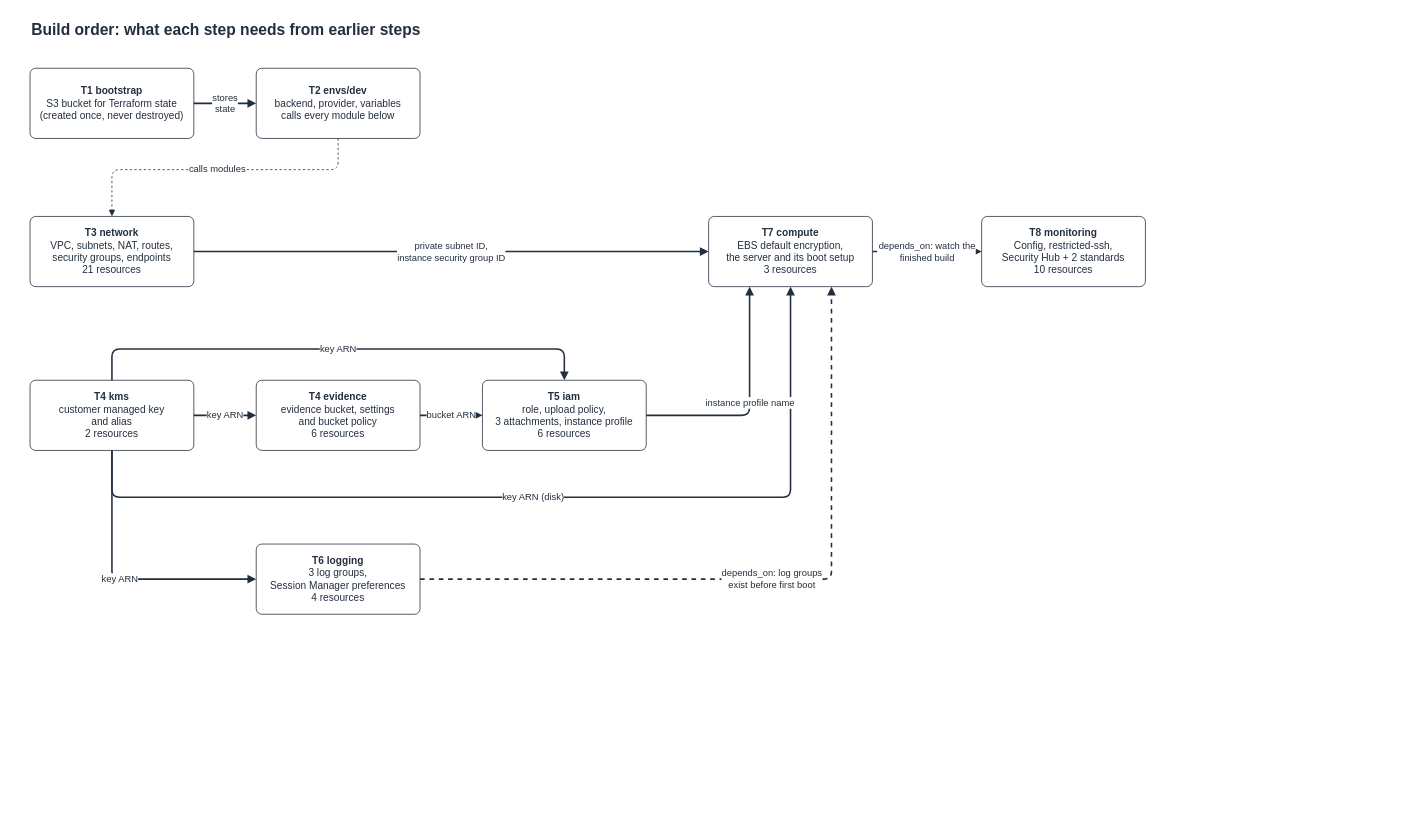
Earlier version of the draw.io diagram page "2 Build order" (2 of 3) of docs/architecture.drawio (Obiku/cis-hardened-server). Source tidied: cells renumbered, new cells numbered last; positions are measured from the earlier drawing's top-left corner, leaving out a move shared by most shapes. Both pictures are drawn from the tidied source at 78%, with x=0, y=0 at pixel (30, 13).
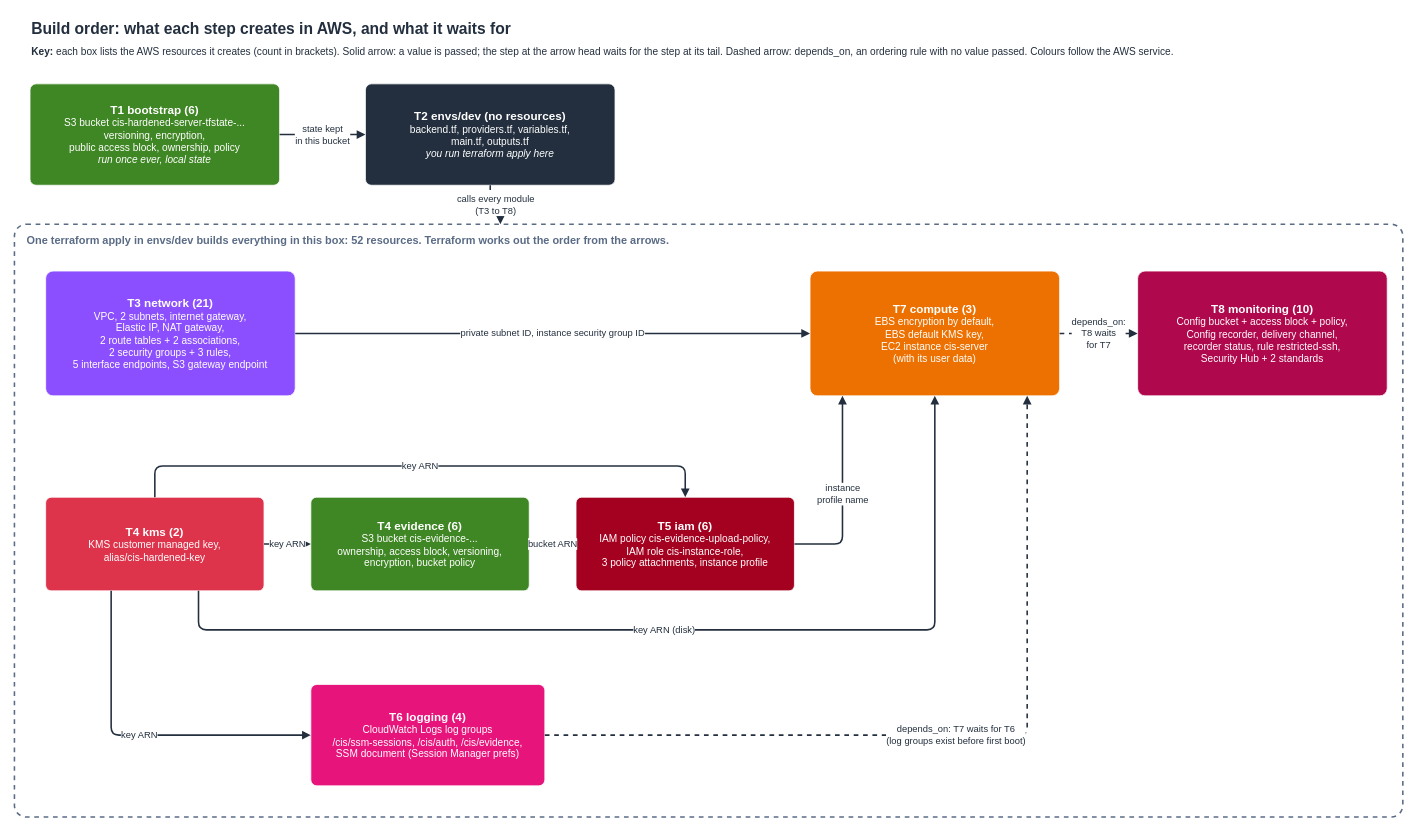
The same diagram, later.

Commit message (it also covers changes not shown here):
Redraw diagrams: security groups, build order with AWS resources, first boot zones

What changed in the source:
```diff
@@
-<mxGraphModel>
+<mxGraphModel background="#FFFFFF">
@@
-    <mxCell id="2" value="Build order: what each step needs from earlier steps" style="text;html=1;align=left;verticalAlign=middle;fontSize=20;fontStyle=1;fontColor=#232F3E;" parent="1" vertex="1">
-      <mxGeometry width="900" height="40" as="geometry" />
+    <mxCell id="2" value="Build order: what each step creates in AWS, and what it waits for" style="text;html=1;align=left;verticalAlign=middle;fontSize=20;fontStyle=1;fontColor=#232F3E;" parent="1" vertex="1">
+      <mxGeometry width="1200" height="36" as="geometry" />
     </mxCell>
-    <mxCell id="3" value="&lt;b&gt;T1 bootstrap&lt;/b&gt;&lt;br&gt;S3 bucket for Terraform state&lt;br&gt;(created once, never destroyed)" style="rounded=1;whiteSpace=wrap;html=1;fontSize=13;align=center;verticalAlign=middle;strokeColor=#232F3E;fillColor=#FFFFFF;fontColor=#232F3E;arcSize=8;" parent="1" vertex="1">
-      <mxGeometry y="70" width="210" height="90" as="geometry" />
+    <mxCell id="3" value="&lt;b&gt;Key:&lt;/b&gt; each box lists the AWS resources it creates (count in brackets). Solid arrow: a value is passed; the step at the arrow head waits for the step at its tail. Dashed arrow: depends_on, an ordering rule with no value passed. Colours follow the AWS service." style="text;html=1;whiteSpace=wrap;align=left;verticalAlign=top;fontSize=13;fontColor=#232F3E;" parent="1" vertex="1">
+      <mxGeometry y="34" width="1700" height="40" as="geometry" />
     </mxCell>
-    <mxCell id="4" value="&lt;b&gt;T2 envs/dev&lt;/b&gt;&lt;br&gt;backend, provider, variables&lt;br&gt;calls every module below" style="rounded=1;whiteSpace=wrap;html=1;fontSize=13;align=center;verticalAlign=middle;strokeColor=#232F3E;fillColor=#FFFFFF;fontColor=#232F3E;arcSize=8;" parent="1" vertex="1">
-      <mxGeometry x="290" y="70" width="210" height="90" as="geometry" />
+    <mxCell id="4" value="&lt;b style=&quot;font-size:15px;&quot;&gt;T1 bootstrap (6)&lt;/b&gt;&lt;br&gt;S3 bucket cis-hardened-server-tfstate-...&lt;br&gt;versioning, encryption,&lt;br&gt;public access block, ownership, policy&lt;br&gt;&lt;i&gt;run once ever, local state&lt;/i&gt;" style="rounded=1;arcSize=6;whiteSpace=wrap;html=1;align=center;verticalAlign=middle;fontSize=13;fontColor=#FFFFFF;strokeColor=#FFFFFF;strokeWidth=1;fillColor=#3F8624;" parent="1" vertex="1">
+      <mxGeometry y="90" width="320" height="130" as="geometry" />
     </mxCell>
-    <mxCell id="5" value="&lt;b&gt;T3 network&lt;/b&gt;&lt;br&gt;VPC, subnets, NAT, routes,&lt;br&gt;security groups, endpoints&lt;br&gt;21 resources" style="rounded=1;whiteSpace=wrap;html=1;fontSize=13;align=center;verticalAlign=middle;strokeColor=#232F3E;fillColor=#FFFFFF;fontColor=#232F3E;arcSize=8;" parent="1" vertex="1">
-      <mxGeometry y="260" width="210" height="90" as="geometry" />
+    <mxCell id="5" value="&lt;b style=&quot;font-size:15px;&quot;&gt;T2 envs/dev (no resources)&lt;/b&gt;&lt;br&gt;backend.tf, providers.tf, variables.tf,&lt;br&gt;main.tf, outputs.tf&lt;br&gt;&lt;i&gt;you run terraform apply here&lt;/i&gt;" style="rounded=1;arcSize=6;whiteSpace=wrap;html=1;align=center;verticalAlign=middle;fontSize=13;fontColor=#FFFFFF;strokeColor=#FFFFFF;strokeWidth=1;fillColor=#232F3E;" parent="1" vertex="1">
+      <mxGeometry x="430" y="90" width="320" height="130" as="geometry" />
     </mxCell>
-    <mxCell id="6" value="&lt;b&gt;T4 kms&lt;/b&gt;&lt;br&gt;customer managed key&lt;br&gt;and alias&lt;br&gt;2 resources" style="rounded=1;whiteSpace=wrap;html=1;fontSize=13;align=center;verticalAlign=middle;strokeColor=#232F3E;fillColor=#FFFFFF;fontColor=#232F3E;arcSize=8;" parent="1" vertex="1">
-      <mxGeometry y="470" width="210" height="90" as="geometry" />
+    <mxCell id="6" value="One terraform apply in envs/dev builds everything in this box: 52 resources. Terraform works out the order from the arrows." style="rounded=1;arcSize=2;whiteSpace=wrap;html=1;align=left;verticalAlign=top;spacingLeft=14;spacingTop=6;fontSize=14;fontStyle=1;dashed=1;strokeWidth=2;fillColor=none;strokeColor=#5A6B86;fontColor=#5A6B86;" parent="1" vertex="1">
+      <mxGeometry x="-20" y="270" width="1780" height="760" as="geometry" />
     </mxCell>
-    <mxCell id="7" value="&lt;b&gt;T4 evidence&lt;/b&gt;&lt;br&gt;evidence bucket, settings&lt;br&gt;and bucket policy&lt;br&gt;6 resources" style="rounded=1;whiteSpace=wrap;html=1;fontSize=13;align=center;verticalAlign=middle;strokeColor=#232F3E;fillColor=#FFFFFF;fontColor=#232F3E;arcSize=8;" parent="1" vertex="1">
-      <mxGeometry x="290" y="470" width="210" height="90" as="geometry" />
+    <mxCell id="7" value="&lt;b style=&quot;font-size:15px;&quot;&gt;T3 network (21)&lt;/b&gt;&lt;br&gt;VPC, 2 subnets, internet gateway,&lt;br&gt;Elastic IP, NAT gateway,&lt;br&gt;2 route tables + 2 associations,&lt;br&gt;2 security groups + 3 rules,&lt;br&gt;5 interface endpoints, S3 gateway endpoint" style="rounded=1;arcSize=6;whiteSpace=wrap;html=1;align=center;verticalAlign=middle;fontSize=13;fontColor=#FFFFFF;strokeColor=#FFFFFF;strokeWidth=1;fillColor=#8C4FFF;" parent="1" vertex="1">
+      <mxGeometry x="20" y="330" width="320" height="160" as="geometry" />
     </mxCell>
-    <mxCell id="8" value="&lt;b&gt;T5 iam&lt;/b&gt;&lt;br&gt;role, upload policy,&lt;br&gt;3 attachments, instance profile&lt;br&gt;6 resources" style="rounded=1;whiteSpace=wrap;html=1;fontSize=13;align=center;verticalAlign=middle;strokeColor=#232F3E;fillColor=#FFFFFF;fontColor=#232F3E;arcSize=8;" parent="1" vertex="1">
-      <mxGeometry x="580" y="470" width="210" height="90" as="geometry" />
+    <mxCell id="8" value="&lt;b style=&quot;font-size:15px;&quot;&gt;T7 compute (3)&lt;/b&gt;&lt;br&gt;EBS encryption by default,&lt;br&gt;EBS default KMS key,&lt;br&gt;EC2 instance cis-server&lt;br&gt;(with its user data)" style="rounded=1;arcSize=6;whiteSpace=wrap;html=1;align=center;verticalAlign=middle;fontSize=13;fontColor=#FFFFFF;strokeColor=#FFFFFF;strokeWidth=1;fillColor=#ED7100;" parent="1" vertex="1">
+      <mxGeometry x="1000" y="330" width="320" height="160" as="geometry" />
     </mxCell>
-    <mxCell id="9" value="&lt;b&gt;T6 logging&lt;/b&gt;&lt;br&gt;3 log groups,&lt;br&gt;Session Manager preferences&lt;br&gt;4 resources" style="rounded=1;whiteSpace=wrap;html=1;fontSize=13;align=center;verticalAlign=middle;strokeColor=#232F3E;fillColor=#FFFFFF;fontColor=#232F3E;arcSize=8;" parent="1" vertex="1">
-      <mxGeometry x="290" y="680" width="210" height="90" as="geometry" />
+    <mxCell id="9" value="&lt;b style=&quot;font-size:15px;&quot;&gt;T8 monitoring (10)&lt;/b&gt;&lt;br&gt;Config bucket + access block + policy,&lt;br&gt;Config recorder, delivery channel,&lt;br&gt;recorder status, rule restricted-ssh,&lt;br&gt;Security Hub + 2 standards" style="rounded=1;arcSize=6;whiteSpace=wrap;html=1;align=center;verticalAlign=middle;fontSize=13;fontColor=#FFFFFF;strokeColor=#FFFFFF;strokeWidth=1;fillColor=#B0084D;" parent="1" vertex="1">
+      <mxGeometry x="1420" y="330" width="320" height="160" as="geometry" />
     </mxCell>
-    <mxCell id="10" value="&lt;b&gt;T7 compute&lt;/b&gt;&lt;br&gt;EBS default encryption,&lt;br&gt;the server and its boot setup&lt;br&gt;3 resources" style="rounded=1;whiteSpace=wrap;html=1;fontSize=13;align=center;verticalAlign=middle;strokeColor=#232F3E;fillColor=#FFFFFF;fontColor=#232F3E;arcSize=8;" parent="1" vertex="1">
-      <mxGeometry x="870" y="260" width="210" height="90" as="geometry" />
+    <mxCell id="10" value="&lt;b style=&quot;font-size:15px;&quot;&gt;T4 kms (2)&lt;/b&gt;&lt;br&gt;KMS customer managed key,&lt;br&gt;alias/cis-hardened-key" style="rounded=1;arcSize=6;whiteSpace=wrap;html=1;align=center;verticalAlign=middle;fontSize=13;fontColor=#FFFFFF;strokeColor=#FFFFFF;strokeWidth=1;fillColor=#DD344C;" parent="1" vertex="1">
+      <mxGeometry x="20" y="620" width="280" height="120" as="geometry" />
     </mxCell>
-    <mxCell id="11" value="&lt;b&gt;T8 monitoring&lt;/b&gt;&lt;br&gt;Config, restricted-ssh,&lt;br&gt;Security Hub + 2 standards&lt;br&gt;10 resources" style="rounded=1;whiteSpace=wrap;html=1;fontSize=13;align=center;verticalAlign=middle;strokeColor=#232F3E;fillColor=#FFFFFF;fontColor=#232F3E;arcSize=8;" parent="1" vertex="1">
-      <mxGeometry x="1220" y="260" width="210" height="90" as="geometry" />
+    <mxCell id="11" value="&lt;b style=&quot;font-size:15px;&quot;&gt;T4 evidence (6)&lt;/b&gt;&lt;br&gt;S3 bucket cis-evidence-...&lt;br&gt;ownership, access block, versioning,&lt;br&gt;encryption, bucket policy" style="rounded=1;arcSize=6;whiteSpace=wrap;html=1;align=center;verticalAlign=middle;fontSize=13;fontColor=#FFFFFF;strokeColor=#FFFFFF;strokeWidth=1;fillColor=#3F8624;" parent="1" vertex="1">
+      <mxGeometry x="360" y="620" width="280" height="120" as="geometry" />
     </mxCell>
-    <mxCell id="12" value="stores&lt;br&gt;state" style="edgeStyle=orthogonalEdgeStyle;rounded=1;html=1;endArrow=block;endFill=1;strokeWidth=2;strokeColor=#232F3E;fontSize=12;fontColor=#232F3E;labelBackgroundColor=#FFFFFF;" parent="1" edge="1" source="3" target="4">
-      <mxGeometry relative="1" as="geometry" />
+    <mxCell id="12" value="&lt;b style=&quot;font-size:15px;&quot;&gt;T5 iam (6)&lt;/b&gt;&lt;br&gt;IAM policy cis-evidence-upload-policy,&lt;br&gt;IAM role cis-instance-role,&lt;br&gt;3 policy attachments, instance profile" style="rounded=1;arcSize=6;whiteSpace=wrap;html=1;align=center;verticalAlign=middle;fontSize=13;fontColor=#FFFFFF;strokeColor=#FFFFFF;strokeWidth=1;fillColor=#A4001F;" parent="1" vertex="1">
+      <mxGeometry x="700" y="620" width="280" height="120" as="geometry" />
     </mxCell>
-    <mxCell id="13" value="calls modules" style="edgeStyle=orthogonalEdgeStyle;rounded=1;html=1;endArrow=block;endFill=1;strokeWidth=2;strokeColor=#232F3E;fontSize=12;fontColor=#232F3E;labelBackgroundColor=#FFFFFF;dashed=1;strokeWidth=1;exitX=0.5;exitY=1;entryX=0.5;entryY=0;" parent="1" edge="1" source="4" target="5">
-      <mxGeometry relative="1" as="geometry">
-        <Array as="points">
-          <mxPoint x="395" y="200" />
-          <mxPoint x="105" y="200" />
-        </Array>
-      </mxGeometry>
+    <mxCell id="13" value="&lt;b style=&quot;font-size:15px;&quot;&gt;T6 logging (4)&lt;/b&gt;&lt;br&gt;CloudWatch Logs log groups&lt;br&gt;/cis/ssm-sessions, /cis/auth, /cis/evidence,&lt;br&gt;SSM document (Session Manager prefs)" style="rounded=1;arcSize=6;whiteSpace=wrap;html=1;align=center;verticalAlign=middle;fontSize=13;fontColor=#FFFFFF;strokeColor=#FFFFFF;strokeWidth=1;fillColor=#E7157B;" parent="1" vertex="1">
+      <mxGeometry x="360" y="860" width="300" height="130" as="geometry" />
     </mxCell>
-    <mxCell id="14" value="private subnet ID,&lt;br&gt;instance security group ID" style="edgeStyle=orthogonalEdgeStyle;rounded=1;html=1;endArrow=block;endFill=1;strokeWidth=2;strokeColor=#232F3E;fontSize=12;fontColor=#232F3E;labelBackgroundColor=#FFFFFF;exitX=1;exitY=0.5;entryX=0;entryY=0.5;" parent="1" edge="1" source="5" target="10">
+    <mxCell id="14" value="state kept&lt;br&gt;in this bucket" style="edgeStyle=orthogonalEdgeStyle;rounded=1;html=1;endArrow=block;endFill=1;strokeWidth=2;strokeColor=#232F3E;fontSize=12;fontColor=#232F3E;labelBackgroundColor=#FFFFFF;exitX=1;exitY=0.5;entryX=0;entryY=0.5;" parent="1" edge="1" source="4" target="5">
       <mxGeometry relative="1" as="geometry" />
     </mxCell>
-    <mxCell id="15" value="key ARN" style="edgeStyle=orthogonalEdgeStyle;rounded=1;html=1;endArrow=block;endFill=1;strokeWidth=2;strokeColor=#232F3E;fontSize=12;fontColor=#232F3E;labelBackgroundColor=#FFFFFF;exitX=1;exitY=0.5;entryX=0;entryY=0.5;" parent="1" edge="1" source="6" target="7">
+    <mxCell id="15" value="calls every module&lt;br&gt;(T3 to T8)" style="edgeStyle=orthogonalEdgeStyle;rounded=1;html=1;endArrow=block;endFill=1;strokeWidth=2;strokeColor=#232F3E;fontSize=12;fontColor=#232F3E;labelBackgroundColor=#FFFFFF;dashed=1;exitX=0.5;exitY=1;entryX=0.35;entryY=0;" parent="1" edge="1" source="5" target="6">
       <mxGeometry relative="1" as="geometry" />
     </mxCell>
-    <mxCell id="16" value="bucket ARN" style="edgeStyle=orthogonalEdgeStyle;rounded=1;html=1;endArrow=block;endFill=1;strokeWidth=2;strokeColor=#232F3E;fontSize=12;fontColor=#232F3E;labelBackgroundColor=#FFFFFF;exitX=1;exitY=0.5;entryX=0;entryY=0.5;" parent="1" edge="1" source="7" target="8">
+    <mxCell id="16" value="private subnet ID, instance security group ID" style="edgeStyle=orthogonalEdgeStyle;rounded=1;html=1;endArrow=block;endFill=1;strokeWidth=2;strokeColor=#232F3E;fontSize=12;fontColor=#232F3E;labelBackgroundColor=#FFFFFF;exitX=1;exitY=0.5;entryX=0;entryY=0.5;" parent="1" edge="1" source="7" target="8">
       <mxGeometry relative="1" as="geometry" />
     </mxCell>
-    <mxCell id="17" value="key ARN" style="edgeStyle=orthogonalEdgeStyle;rounded=1;html=1;endArrow=block;endFill=1;strokeWidth=2;strokeColor=#232F3E;fontSize=12;fontColor=#232F3E;labelBackgroundColor=#FFFFFF;exitX=0.5;exitY=0;entryX=0.5;entryY=0;" parent="1" edge="1" source="6" target="8">
-      <mxGeometry relative="1" as="geometry">
-        <Array as="points">
-          <mxPoint x="105" y="430" />
-          <mxPoint x="685" y="430" />
-        </Array>
-      </mxGeometry>
+    <mxCell id="17" value="key ARN" style="edgeStyle=orthogonalEdgeStyle;rounded=1;html=1;endArrow=block;endFill=1;strokeWidth=2;strokeColor=#232F3E;fontSize=12;fontColor=#232F3E;labelBackgroundColor=#FFFFFF;exitX=1;exitY=0.5;entryX=0;entryY=0.5;" parent="1" edge="1" source="10" target="11">
+      <mxGeometry relative="1" as="geometry" />
     </mxCell>
-    <mxCell id="18" value="key ARN" style="edgeStyle=orthogonalEdgeStyle;rounded=1;html=1;endArrow=block;endFill=1;strokeWidth=2;strokeColor=#232F3E;fontSize=12;fontColor=#232F3E;labelBackgroundColor=#FFFFFF;exitX=0.5;exitY=1;entryX=0;entryY=0.5;" parent="1" edge="1" source="6" target="9">
-      <mxGeometry relative="1" as="geometry">
-        <Array as="points">
-          <mxPoint x="105" y="725" />
-        </Array>
-      </mxGeometry>
+    <mxCell id="18" value="bucket ARN" style="edgeStyle=orthogonalEdgeStyle;rounded=1;html=1;endArrow=block;endFill=1;strokeWidth=2;strokeColor=#232F3E;fontSize=12;fontColor=#232F3E;labelBackgroundColor=#FFFFFF;exitX=1;exitY=0.5;entryX=0;entryY=0.5;" parent="1" edge="1" source="11" target="12">
+      <mxGeometry relative="1" as="geometry" />
     </mxCell>
-    <mxCell id="19" value="key ARN (disk)" style="edgeStyle=orthogonalEdgeStyle;rounded=1;html=1;endArrow=block;endFill=1;strokeWidth=2;strokeColor=#232F3E;fontSize=12;fontColor=#232F3E;labelBackgroundColor=#FFFFFF;exitX=0.5;exitY=1;entryX=0.5;entryY=1;" parent="1" edge="1" source="6" target="10">
+    <mxCell id="19" value="key ARN" style="edgeStyle=orthogonalEdgeStyle;rounded=1;html=1;endArrow=block;endFill=1;strokeWidth=2;strokeColor=#232F3E;fontSize=12;fontColor=#232F3E;labelBackgroundColor=#FFFFFF;exitX=0.5;exitY=0;entryX=0.5;entryY=0;" parent="1" edge="1" source="10" target="12">
       <mxGeometry relative="1" as="geometry">
         <Array as="points">
-          <mxPoint x="105" y="620" />
-          <mxPoint x="975" y="620" />
+          <mxPoint x="160" y="580" />
+          <mxPoint x="840" y="580" />
         </Array>
       </mxGeometry>
     </mxCell>
-    <mxCell id="20" value="instance profile name" style="edgeStyle=orthogonalEdgeStyle;rounded=1;html=1;endArrow=block;endFill=1;strokeWidth=2;strokeColor=#232F3E;fontSize=12;fontColor=#232F3E;labelBackgroundColor=#FFFFFF;exitX=1;exitY=0.5;entryX=0.25;entryY=1;" parent="1" edge="1" source="8" target="10">
+    <mxCell id="20" value="key ARN" style="edgeStyle=orthogonalEdgeStyle;rounded=1;html=1;endArrow=block;endFill=1;strokeWidth=2;strokeColor=#232F3E;fontSize=12;fontColor=#232F3E;labelBackgroundColor=#FFFFFF;exitX=0.3;exitY=1;entryX=0;entryY=0.5;" parent="1" edge="1" source="10" target="13">
       <mxGeometry relative="1" as="geometry">
         <Array as="points">
-          <mxPoint x="922" y="515" />
+          <mxPoint x="104" y="925" />
         </Array>
       </mxGeometry>
     </mxCell>
-    <mxCell id="21" value="depends_on: log groups&lt;br&gt;exist before first boot" style="edgeStyle=orthogonalEdgeStyle;rounded=1;html=1;endArrow=block;endFill=1;strokeWidth=2;strokeColor=#232F3E;fontSize=12;fontColor=#232F3E;labelBackgroundColor=#FFFFFF;dashed=1;exitX=1;exitY=0.5;entryX=0.75;entryY=1;" parent="1" edge="1" source="9" target="10">
+    <mxCell id="21" value="key ARN (disk)" style="edgeStyle=orthogonalEdgeStyle;rounded=1;html=1;endArrow=block;endFill=1;strokeWidth=2;strokeColor=#232F3E;fontSize=12;fontColor=#232F3E;labelBackgroundColor=#FFFFFF;exitX=0.7;exitY=1;entryX=0.5;entryY=1;" parent="1" edge="1" source="10" target="8">
       <mxGeometry relative="1" as="geometry">
         <Array as="points">
-          <mxPoint x="1027" y="725" />
+          <mxPoint x="216" y="790" />
+          <mxPoint x="1160" y="790" />
         </Array>
       </mxGeometry>
     </mxCell>
-    <mxCell id="22" value="depends_on: watch the&lt;br&gt;finished build" style="edgeStyle=orthogonalEdgeStyle;rounded=1;html=1;endArrow=block;endFill=1;strokeWidth=2;strokeColor=#232F3E;fontSize=12;fontColor=#232F3E;labelBackgroundColor=#FFFFFF;dashed=1;" parent="1" edge="1" source="10" target="11">
-      <mxGeometry relative="1" as="geometry" />
+    <mxCell id="22" value="instance&lt;br&gt;profile name" style="edgeStyle=orthogonalEdgeStyle;rounded=1;html=1;endArrow=block;endFill=1;strokeWidth=2;strokeColor=#232F3E;fontSize=12;fontColor=#232F3E;labelBackgroundColor=#FFFFFF;exitX=1;exitY=0.5;entryX=0.13;entryY=1;" parent="1" edge="1" source="12" target="8">
+      <mxGeometry relative="1" as="geometry">
+        <Array as="points">
+          <mxPoint x="1042" y="680" />
+        </Array>
+      </mxGeometry>
     </mxCell>
+    <mxCell id="23" value="depends_on: T7 waits for T6&lt;br&gt;(log groups exist before first boot)" style="edgeStyle=orthogonalEdgeStyle;rounded=1;html=1;endArrow=block;endFill=1;strokeWidth=2;strokeColor=#232F3E;fontSize=12;fontColor=#232F3E;labelBackgroundColor=#FFFFFF;dashed=1;exitX=1;exitY=0.5;entryX=0.87;entryY=1;" parent="1" edge="1" source="13" target="8">
+      <mxGeometry relative="1" as="geometry">
+        <Array as="points">
+          <mxPoint x="1278" y="925" />
+        </Array>
+      </mxGeometry>
+    </mxCell>
+    <mxCell id="24" value="depends_on:&lt;br&gt;T8 waits&lt;br&gt;for T7" style="edgeStyle=orthogonalEdgeStyle;rounded=1;html=1;endArrow=block;endFill=1;strokeWidth=2;strokeColor=#232F3E;fontSize=12;fontColor=#232F3E;labelBackgroundColor=#FFFFFF;dashed=1;exitX=1;exitY=0.5;entryX=0;entryY=0.5;" parent="1" edge="1" source="8" target="9">
+      <mxGeometry relative="1" as="geometry" />
+    </mxCell>
```
